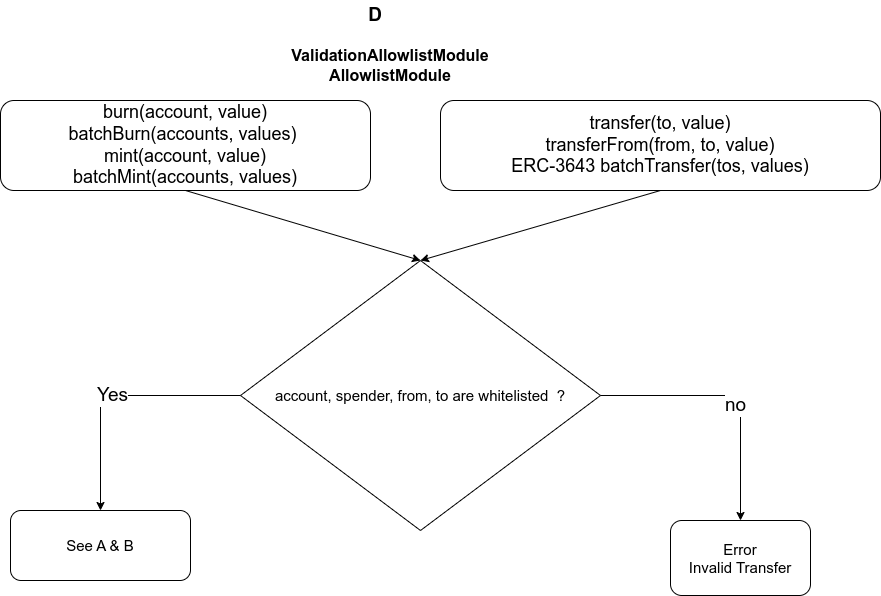
CMTA/CMTAT keeps this draw.io diagram as doc/schema/drawio/transfer_restriction-allowlist.drawio.png. Above is the earlier version. Source tidied: cells renumbered, new cells last; positions are measured from the earlier drawing's top-left corner, leaving out a move shared by most shapes. Source of this version:
```xml
<mxGraphModel>
  <root>
    <mxCell id="0" />
    <mxCell id="1" parent="0" />
    <mxCell id="2" value="ValidationAllowlistModule AllowlistModule" style="text;html=1;strokeColor=none;fillColor=none;align=center;verticalAlign=middle;whiteSpace=wrap;rounded=0;fontSize=16;fontStyle=1;" parent="1" vertex="1">
      <mxGeometry x="260" y="30" width="260" height="70" as="geometry" />
    </mxCell>
    <mxCell id="3" value="burn(account, value)&lt;br&gt;batchBurn(accounts, values)&amp;nbsp;&lt;br style=&quot;font-size: 18px;&quot;&gt;mint(account, value)&lt;br&gt;batchMint(accounts, values)" style="rounded=1;whiteSpace=wrap;html=1;fontSize=18;" parent="1" vertex="1">
      <mxGeometry y="100" width="370" height="90" as="geometry" />
    </mxCell>
    <mxCell id="4" value="transfer(to, value)&lt;br style=&quot;font-size: 18px;&quot;&gt;transferFrom(from, to, value)&lt;br&gt;ERC-3643 batchTransfer(tos, values)" style="rounded=1;whiteSpace=wrap;html=1;fontSize=18;" parent="1" vertex="1">
      <mxGeometry x="440" y="100" width="440" height="90" as="geometry" />
    </mxCell>
    <mxCell id="5" value="account, spender, from, to are whitelisted&amp;nbsp; ?" style="rhombus;whiteSpace=wrap;html=1;fontSize=15;" parent="1" vertex="1">
      <mxGeometry x="240" y="260" width="360" height="270" as="geometry" />
    </mxCell>
    <mxCell id="6" value="Error&lt;br&gt;Invalid Transfer" style="rounded=1;whiteSpace=wrap;html=1;fontSize=15;" parent="1" vertex="1">
      <mxGeometry x="670" y="520" width="140" height="75" as="geometry" />
    </mxCell>
    <mxCell id="7" style="endArrow=classic;html=1;rounded=0;exitX=1;exitY=0.5;exitDx=0;exitDy=0;entryX=0.5;entryY=0;entryDx=0;entryDy=0;" parent="1" edge="1" source="5" target="6">
      <mxGeometry relative="1" as="geometry">
        <Array as="points">
          <mxPoint x="740" y="395" />
        </Array>
      </mxGeometry>
    </mxCell>
    <mxCell id="8" value="no" style="edgeLabel;html=1;align=center;verticalAlign=middle;fontSize=19;" parent="7" vertex="1">
      <mxGeometry x="0.12" y="-6" relative="1" as="geometry">
        <mxPoint y="1" as="offset" />
      </mxGeometry>
    </mxCell>
    <mxCell id="9" style="endArrow=classic;html=1;rounded=0;fontSize=19;exitX=0.5;exitY=1;exitDx=0;exitDy=0;entryX=0.5;entryY=0;entryDx=0;entryDy=0;" parent="1" edge="1" source="3" target="5">
      <mxGeometry relative="1" as="geometry" />
    </mxCell>
    <mxCell id="10" style="endArrow=classic;html=1;rounded=0;fontSize=19;exitX=0.5;exitY=1;exitDx=0;exitDy=0;entryX=0.5;entryY=0;entryDx=0;entryDy=0;" parent="1" edge="1" source="4" target="5">
      <mxGeometry relative="1" as="geometry" />
    </mxCell>
    <mxCell id="11" value="Yes" style="endArrow=classic;html=1;rounded=0;fontSize=19;exitX=0;exitY=0.5;exitDx=0;exitDy=0;entryX=0.5;entryY=0;entryDx=0;entryDy=0;" parent="1" edge="1" source="5" target="12">
      <mxGeometry relative="1" as="geometry">
        <Array as="points">
          <mxPoint x="100" y="395" />
        </Array>
      </mxGeometry>
    </mxCell>
    <mxCell id="12" value="See A &amp;amp; B" style="rounded=1;whiteSpace=wrap;html=1;fontSize=15;" parent="1" vertex="1">
      <mxGeometry x="10" y="510" width="180" height="70" as="geometry" />
    </mxCell>
    <mxCell id="13" value="D" style="text;html=1;strokeColor=none;fillColor=none;align=center;verticalAlign=middle;whiteSpace=wrap;rounded=0;fontSize=19;fontStyle=1;" parent="1" vertex="1">
      <mxGeometry x="290" width="170" height="30" as="geometry" />
    </mxCell>
  </root>
</mxGraphModel>
```
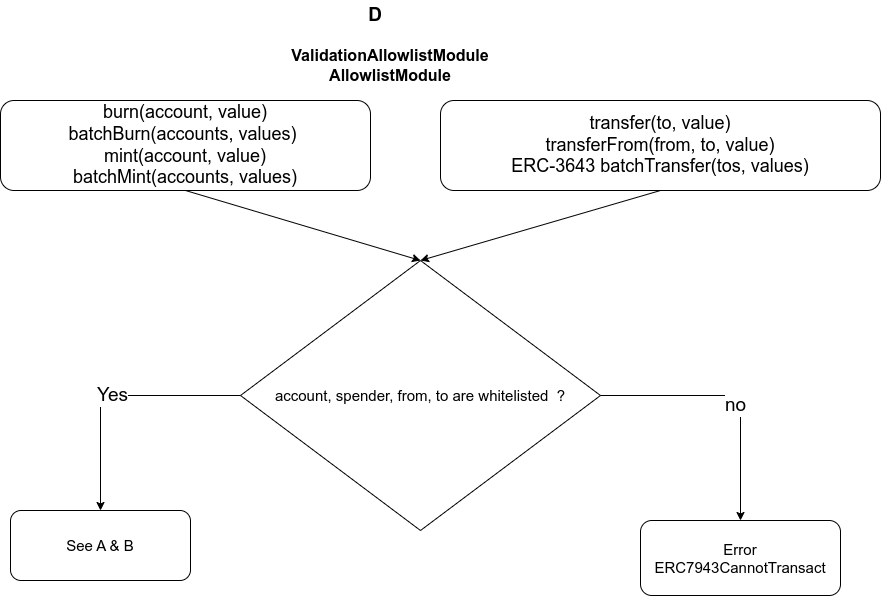
After the commit.

Diff of the diagram source:
```diff
@@ -14,8 +14,8 @@
     <mxCell id="5" value="account, spender, from, to are whitelisted&amp;nbsp; ?" style="rhombus;whiteSpace=wrap;html=1;fontSize=15;" parent="1" vertex="1">
       <mxGeometry x="240" y="260" width="360" height="270" as="geometry" />
     </mxCell>
-    <mxCell id="6" value="Error&lt;br&gt;Invalid Transfer" style="rounded=1;whiteSpace=wrap;html=1;fontSize=15;" parent="1" vertex="1">
-      <mxGeometry x="670" y="520" width="140" height="75" as="geometry" />
+    <mxCell id="6" value="Error&lt;br&gt;ERC7943CannotTransact" style="rounded=1;whiteSpace=wrap;html=1;fontSize=15;" parent="1" vertex="1">
+      <mxGeometry x="640" y="520" width="200" height="75" as="geometry" />
     </mxCell>
     <mxCell id="7" style="endArrow=classic;html=1;rounded=0;exitX=1;exitY=0.5;exitDx=0;exitDy=0;entryX=0.5;entryY=0;entryDx=0;entryDy=0;" parent="1" edge="1" source="5" target="6">
       <mxGeometry relative="1" as="geometry">
```
